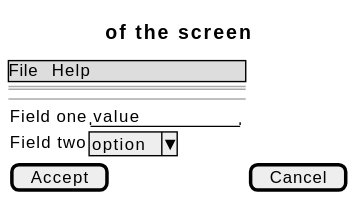
didactika/kampus keeps this PlantUML diagram as docs/01-requirements/use-cases/manageLanguagePacks/wireframes.svg. Above is the earlier version.
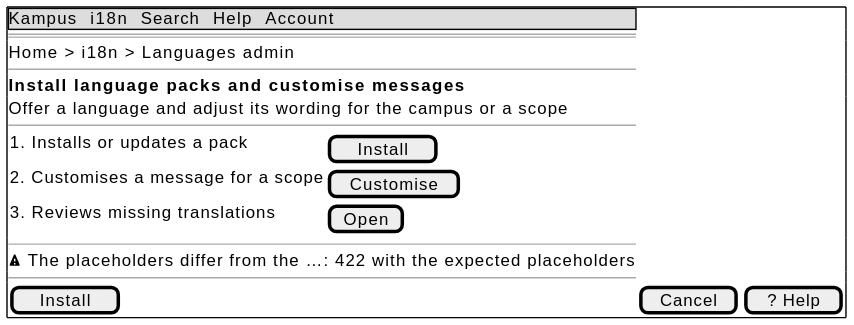
The same file after the commit.

What changed in the source:
```diff
@@ -1,13 +1,20 @@
 @startsalt
-{
-  {* File | Help }
+{+
+  {* Kampus | i18n | Search | Help | Account }
   ==
-  Title of the screen
+  Home > i18n > Languages admin
+  --
+  <b>Install language packs and customise messages
+  Offer a language and adjust its wording for the campus or a scope
   --
   {
-    Field one | "value        "
-    Field two | ^option^
+    1. Installs or updates a pack | [ Install ]
+    2. Customises a message for a scope | [ Customise ]
+    3. Reviews missing translations | [ Open ]
   }
-  [ Accept ] | [ Cancel ]
+  --
+  <&warning> The placeholders differ from the …: 422 with the expected placeholders
+  --
+  [ Install ] | [ Cancel ] | [ ? Help ]
 }
 @endsalt
```
